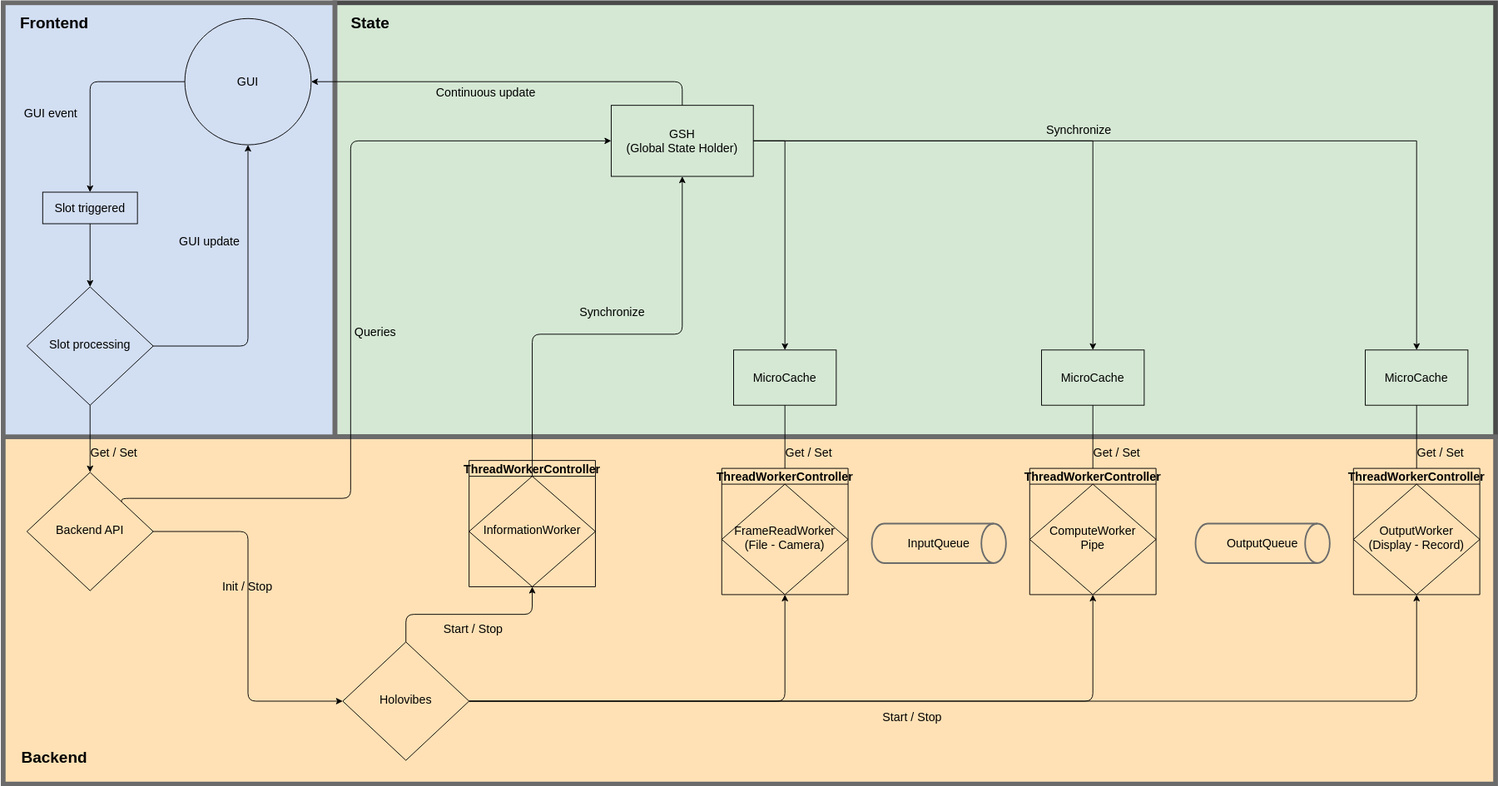
This is docs/Flowchart/holovibes-flowchart.svg from DigitalHolography/Holovibes, a draw.io export, as it was before one commit. Source tidied: cells renumbered, new cells last; positions are measured from the earlier drawing's top-left corner, leaving out a move shared by most shapes.
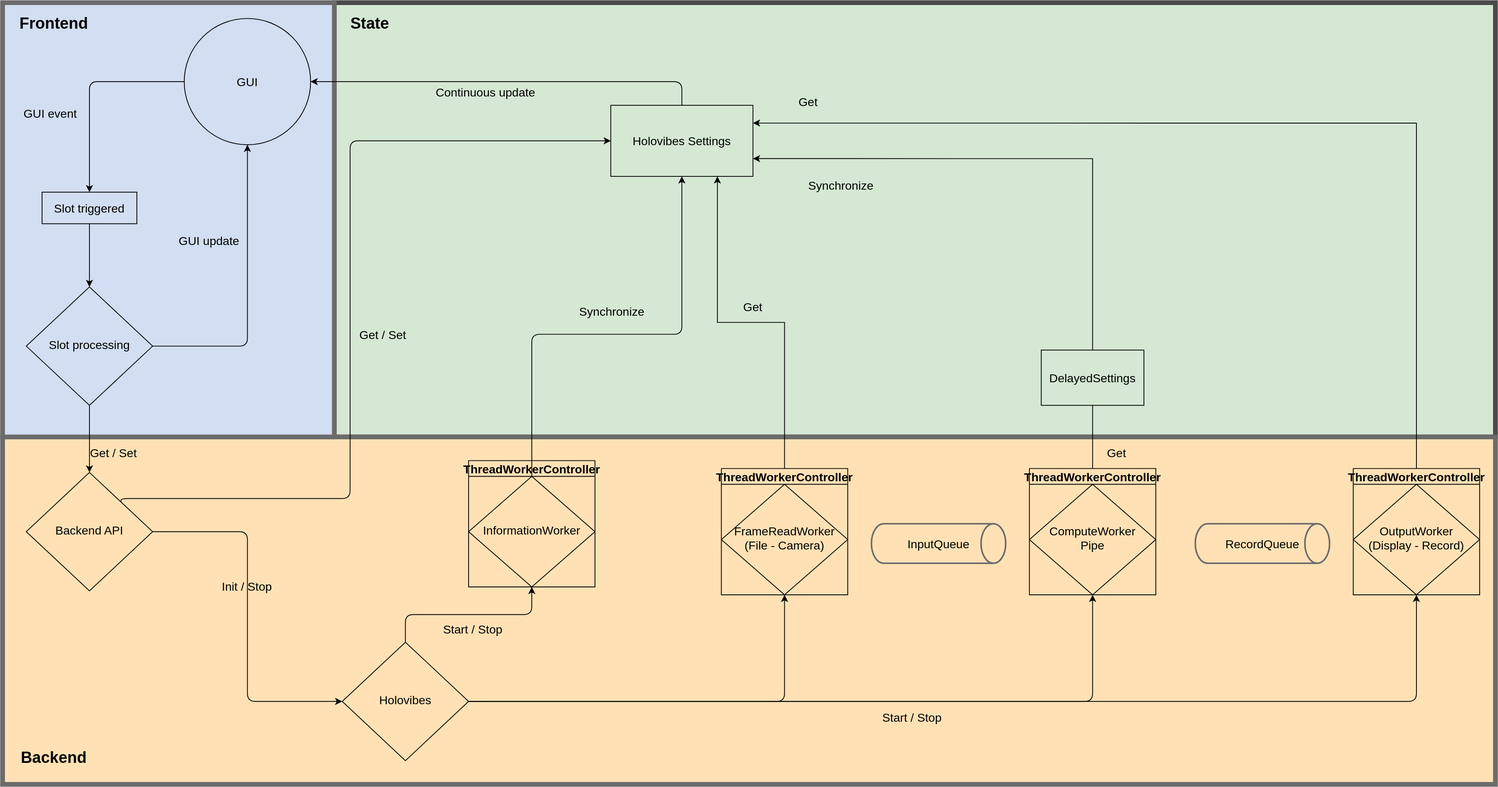
After the change.

Diff of the diagram source:
```diff
@@ -53,33 +53,15 @@
         </Array>
       </mxGeometry>
     </mxCell>
-    <mxCell id="16" value="&lt;div style=&quot;font-size: 15px;&quot;&gt;Queries&lt;/div&gt;" style="edgeLabel;html=1;align=center;verticalAlign=middle;fontSize=15;fontColor=none;labelBackgroundColor=none;" parent="15" vertex="1">
+    <mxCell id="16" value="&lt;div style=&quot;font-size: 15px&quot;&gt;Get / Set&lt;/div&gt;" style="edgeLabel;html=1;align=center;verticalAlign=middle;fontSize=15;fontColor=none;labelBackgroundColor=none;" parent="15" vertex="1">
       <mxGeometry x="-0.13" y="1" relative="1" as="geometry">
-        <mxPoint x="31" y="-38" as="offset" />
+        <mxPoint x="41" y="-35" as="offset" />
       </mxGeometry>
     </mxCell>
     <mxCell id="17" value="Backend API" style="rhombus;whiteSpace=wrap;html=1;shadow=0;fontFamily=Helvetica;fontSize=15;align=center;strokeWidth=1;spacing=6;spacingTop=-4;fontColor=default;fillColor=none;" parent="1" vertex="1">
       <mxGeometry x="30" y="595" width="160" height="150" as="geometry" />
     </mxCell>
-    <mxCell id="18" style="edgeStyle=orthogonalEdgeStyle;rounded=0;jettySize=auto;html=1;entryX=0.5;entryY=0;entryDx=0;entryDy=0;labelBackgroundColor=none;fontSize=15;fontColor=none;" parent="1" edge="1" source="22" target="41">
-      <mxGeometry relative="1" as="geometry">
-        <Array as="points">
-          <mxPoint x="990" y="175" />
-        </Array>
-      </mxGeometry>
-    </mxCell>
-    <mxCell id="19" style="edgeStyle=orthogonalEdgeStyle;rounded=0;jettySize=auto;html=1;entryX=0.5;entryY=0;entryDx=0;entryDy=0;labelBackgroundColor=none;fontSize=15;fontColor=none;" parent="1" edge="1" source="22" target="42">
-      <mxGeometry relative="1" as="geometry" />
-    </mxCell>
-    <mxCell id="20" style="edgeStyle=orthogonalEdgeStyle;rounded=0;jettySize=auto;html=1;entryX=0.5;entryY=0;entryDx=0;entryDy=0;labelBackgroundColor=none;fontSize=15;fontColor=none;" parent="1" edge="1" source="22" target="43">
-      <mxGeometry relative="1" as="geometry" />
-    </mxCell>
-    <mxCell id="21" value="Synchronize" style="edgeLabel;html=1;align=center;verticalAlign=middle;fontSize=15;fontColor=none;labelBackgroundColor=none;" parent="20" vertex="1">
-      <mxGeometry x="-0.23" y="-2" relative="1" as="geometry">
-        <mxPoint x="-17" y="-17" as="offset" />
-      </mxGeometry>
-    </mxCell>
-    <mxCell id="22" value="&lt;div style=&quot;font-size: 15px;&quot;&gt;GSH&lt;/div&gt;(Global State Holder)" style="whiteSpace=wrap;html=1;fontSize=15;fillColor=none;" parent="1" vertex="1">
+    <mxCell id="22" value="&lt;div style=&quot;font-size: 15px;&quot;&gt;Holovibes Settings&lt;/div&gt;" style="whiteSpace=wrap;html=1;fontSize=15;fillColor=none;" parent="1" vertex="1">
       <mxGeometry x="770" y="130" width="180" height="90" as="geometry" />
     </mxCell>
     <mxCell id="23" style="edgeStyle=orthogonalEdgeStyle;jettySize=auto;html=1;labelBackgroundColor=none;fontSize=15;fontColor=none;exitX=0.5;exitY=0;exitDx=0;exitDy=0;entryX=0.5;entryY=1;entryDx=0;entryDy=0;" parent="1" edge="1" source="28" target="32">
@@ -126,12 +108,22 @@
         <mxPoint x="-50" y="-35" as="offset" />
       </mxGeometry>
     </mxCell>
+    <mxCell id="52" style="edgeStyle=orthogonalEdgeStyle;rounded=0;jettySize=auto;html=1;entryX=0.75;entryY=1;entryDx=0;entryDy=0;" parent="1" edge="1" source="35" target="22">
+      <mxGeometry relative="1" as="geometry" />
+    </mxCell>
     <mxCell id="35" value="ThreadWorkerController" style="swimlane;labelBackgroundColor=none;fontSize=15;fontColor=none;startSize=20;fillColor=none;" parent="1" vertex="1">
       <mxGeometry x="910" y="590" width="160" height="160" as="geometry" />
     </mxCell>
     <mxCell id="36" value="&lt;div style=&quot;font-size: 15px;&quot;&gt;FrameReadWorker&lt;/div&gt;&lt;div style=&quot;font-size: 15px;&quot;&gt;(File - Camera)&lt;br style=&quot;font-size: 15px;&quot;&gt;&lt;/div&gt;" style="rhombus;whiteSpace=wrap;html=1;shadow=0;fontFamily=Helvetica;fontSize=15;align=center;strokeWidth=1;spacing=6;spacingTop=-4;direction=west;fillColor=none;" parent="35" vertex="1">
       <mxGeometry y="20" width="160" height="140" as="geometry" />
     </mxCell>
+    <mxCell id="53" style="edgeStyle=orthogonalEdgeStyle;rounded=0;jettySize=auto;html=1;entryX=1;entryY=0.25;entryDx=0;entryDy=0;fontSize=15;" parent="1" edge="1" source="37" target="22">
+      <mxGeometry relative="1" as="geometry">
+        <Array as="points">
+          <mxPoint x="1790" y="152" />
+        </Array>
+      </mxGeometry>
+    </mxCell>
     <mxCell id="37" value="ThreadWorkerController" style="swimlane;labelBackgroundColor=none;fontSize=15;fontColor=none;startSize=20;fillColor=none;" parent="1" vertex="1">
       <mxGeometry x="1710" y="590" width="160" height="160" as="geometry" />
     </mxCell>
@@ -141,27 +133,18 @@
     <mxCell id="39" value="InputQueue" style="strokeWidth=2;html=1;shape=mxgraph.flowchart.direct_data;whiteSpace=wrap;labelBackgroundColor=none;fontSize=15;fontColor=none;strokeColor=#6B6B6B;fillColor=none;" parent="1" vertex="1">
       <mxGeometry x="1100" y="660" width="170" height="50" as="geometry" />
     </mxCell>
-    <mxCell id="40" value="OutputQueue" style="strokeWidth=2;html=1;shape=mxgraph.flowchart.direct_data;whiteSpace=wrap;labelBackgroundColor=none;fontSize=15;fontColor=none;strokeColor=#6B6B6B;fillColor=none;" parent="1" vertex="1">
+    <mxCell id="40" value="RecordQueue" style="strokeWidth=2;html=1;shape=mxgraph.flowchart.direct_data;whiteSpace=wrap;labelBackgroundColor=none;fontSize=15;fontColor=none;strokeColor=#6B6B6B;fillColor=none;" parent="1" vertex="1">
       <mxGeometry x="1510" y="660" width="170" height="50" as="geometry" />
     </mxCell>
-    <mxCell id="41" value="MicroCache" style="whiteSpace=wrap;html=1;fontSize=15;fillColor=none;" parent="1" vertex="1">
-      <mxGeometry x="925" y="440" width="130" height="70" as="geometry" />
-    </mxCell>
+    <mxCell id="54" style="edgeStyle=orthogonalEdgeStyle;rounded=0;jettySize=auto;html=1;entryX=1;entryY=0.75;entryDx=0;entryDy=0;fontSize=15;exitX=0.5;exitY=0;exitDx=0;exitDy=0;" parent="1" edge="1" source="42" target="22">
+      <mxGeometry relative="1" as="geometry" />
+    </mxCell>
-    <mxCell id="42" value="MicroCache" style="whiteSpace=wrap;html=1;fontSize=15;fillColor=none;" parent="1" vertex="1">
+    <mxCell id="42" value="DelayedSettings" style="whiteSpace=wrap;html=1;fontSize=15;fillColor=none;" parent="1" vertex="1">
       <mxGeometry x="1315" y="440" width="130" height="70" as="geometry" />
     </mxCell>
-    <mxCell id="43" value="MicroCache" style="whiteSpace=wrap;html=1;fontSize=15;fillColor=none;" parent="1" vertex="1">
-      <mxGeometry x="1725" y="440" width="130" height="70" as="geometry" />
-    </mxCell>
-    <mxCell id="44" value="Get / Set" style="endArrow=none;html=1;rounded=0;labelBackgroundColor=none;fontSize=15;fontColor=none;edgeStyle=orthogonalEdgeStyle;entryX=0.5;entryY=1;entryDx=0;entryDy=0;exitX=0.5;exitY=0;exitDx=0;exitDy=0;" parent="1" edge="1" source="35" target="41">
-      <mxGeometry x="-0.5" y="-30" relative="1" as="geometry" />
-    </mxCell>
-    <mxCell id="45" value="Get / Set" style="endArrow=none;html=1;rounded=0;labelBackgroundColor=none;fontSize=15;fontColor=none;edgeStyle=orthogonalEdgeStyle;entryX=0.5;entryY=1;entryDx=0;entryDy=0;exitX=0.5;exitY=0;exitDx=0;exitDy=0;" parent="1" edge="1" source="29" target="42">
+    <mxCell id="45" value="Get" style="endArrow=none;html=1;rounded=0;labelBackgroundColor=none;fontSize=15;fontColor=none;edgeStyle=orthogonalEdgeStyle;entryX=0.5;entryY=1;entryDx=0;entryDy=0;exitX=0.5;exitY=0;exitDx=0;exitDy=0;" parent="1" edge="1" source="29" target="42">
       <mxGeometry x="-0.5" y="-30" relative="1" as="geometry" />
     </mxCell>
-    <mxCell id="46" value="Get / Set" style="endArrow=none;html=1;rounded=0;labelBackgroundColor=none;fontSize=15;fontColor=none;edgeStyle=orthogonalEdgeStyle;entryX=0.5;entryY=1;entryDx=0;entryDy=0;exitX=0.5;exitY=0;exitDx=0;exitDy=0;" parent="1" edge="1" source="37" target="43">
-      <mxGeometry x="-0.5" y="-30" relative="1" as="geometry" />
-    </mxCell>
     <mxCell id="47" value="&lt;font style=&quot;font-size: 20px&quot;&gt;&lt;b&gt;Frontend&lt;/b&gt;&lt;/font&gt;" style="text;html=1;strokeColor=none;fillColor=none;align=center;verticalAlign=middle;whiteSpace=wrap;rounded=0;labelBackgroundColor=none;fontSize=14;fontColor=default;" parent="1" vertex="1">
       <mxGeometry x="20" width="90" height="50" as="geometry" />
     </mxCell>
@@ -179,5 +162,14 @@
         <mxPoint x="63" y="10" as="offset" />
       </mxGeometry>
     </mxCell>
+    <mxCell id="55" value="&lt;font style=&quot;font-size: 15px&quot;&gt;Get&lt;/font&gt;" style="text;html=1;strokeColor=none;fillColor=none;align=center;verticalAlign=middle;whiteSpace=wrap;rounded=0;" parent="1" vertex="1">
+      <mxGeometry x="920" y="370" width="60" height="30" as="geometry" />
+    </mxCell>
+    <mxCell id="56" value="&lt;font style=&quot;font-size: 15px&quot;&gt;Get&lt;/font&gt;" style="text;html=1;strokeColor=none;fillColor=none;align=center;verticalAlign=middle;whiteSpace=wrap;rounded=0;" parent="1" vertex="1">
+      <mxGeometry x="990" y="110" width="60" height="30" as="geometry" />
+    </mxCell>
+    <mxCell id="21" value="&lt;div style=&quot;font-size: 15px;&quot;&gt;Synchronize&lt;/div&gt;" style="edgeLabel;html=1;align=center;verticalAlign=middle;fontSize=15;fontColor=none;labelBackgroundColor=none;" parent="1" vertex="1">
+      <mxGeometry x="1060" y="230" as="geometry" />
+    </mxCell>
   </root>
 </mxGraphModel>
```
